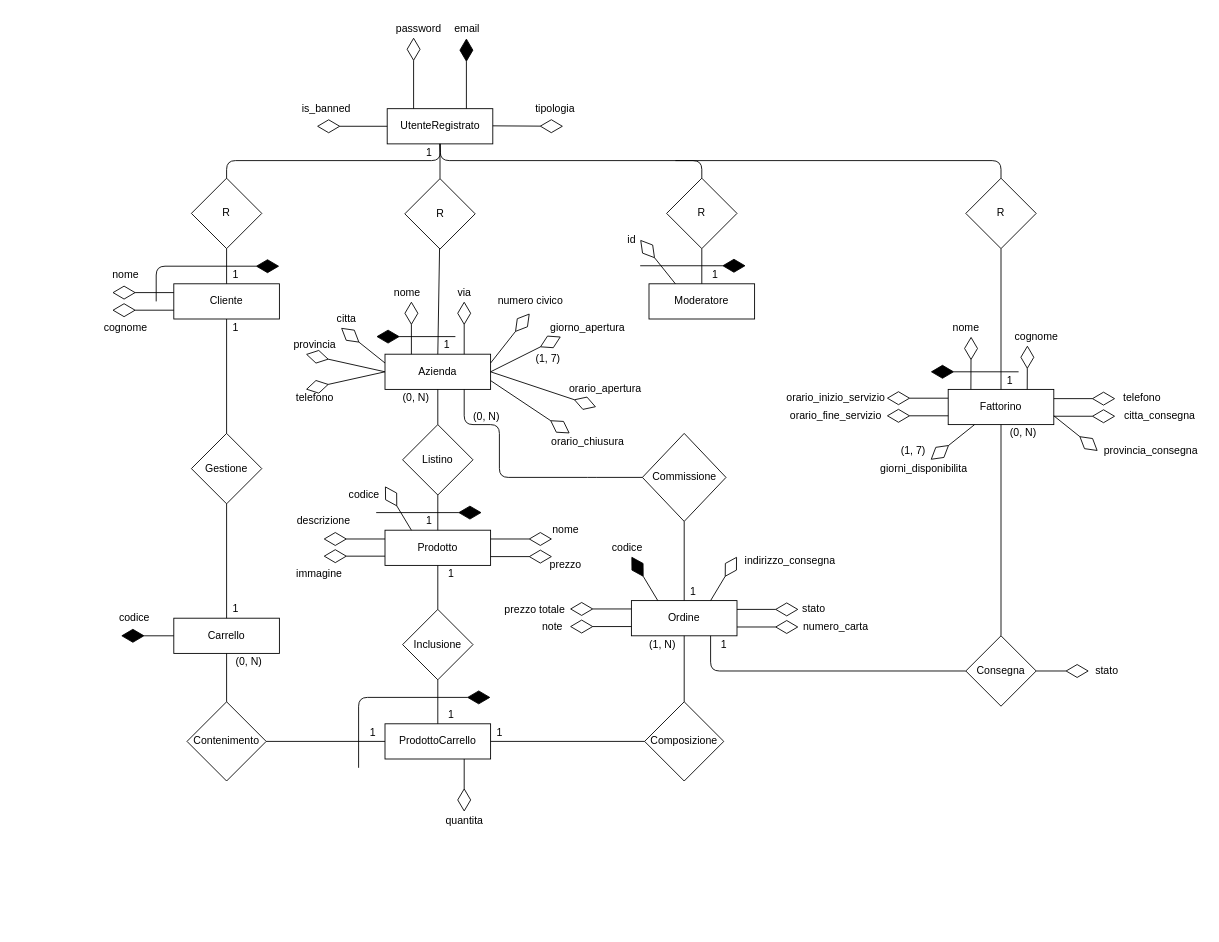
Earlier version of the draw.io diagram Documents/Sys - Drawio/diagramma ER.drawio (frekkanzer2/Eat-Reorder). Source tidied: cells renumbered, new cells numbered last; positions are measured from the earlier drawing's top-left corner, leaving out a move shared by most shapes. Both pictures are drawn from the tidied source at 88%, with x=0, y=0 at pixel (99, 19).
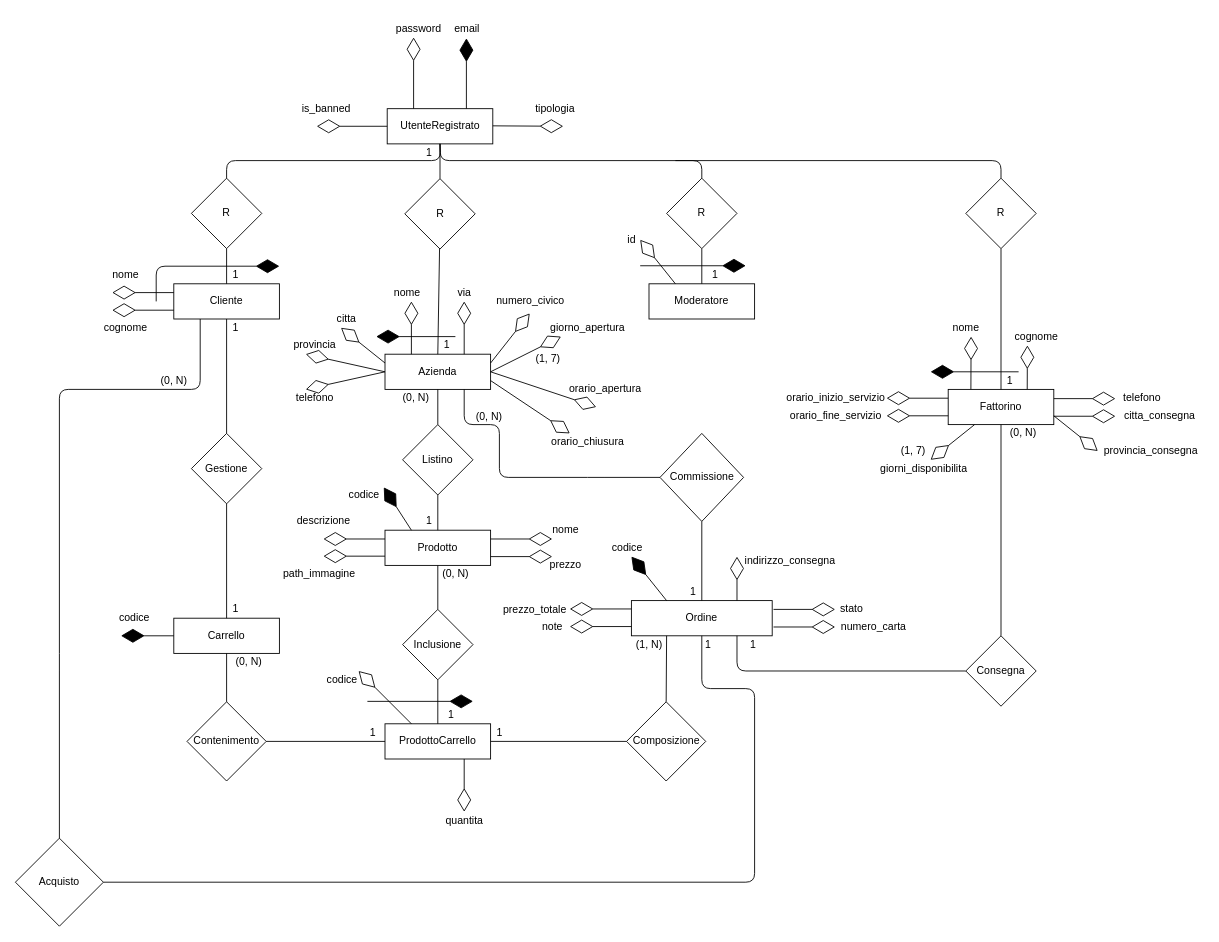
The same diagram, later.

Unchanged cells that the change refers to:
```xml
<mxCell id="3" value="Cliente" style="rounded=0;whiteSpace=wrap;html=1;" parent="1" vertex="1">
  <mxGeometry x="85" y="300" width="120" height="40" as="geometry" />
</mxCell>
<mxCell id="40" value="Prodotto" style="rounded=0;whiteSpace=wrap;html=1;" parent="1" vertex="1">
  <mxGeometry x="325" y="580" width="120" height="40" as="geometry" />
</mxCell>
<mxCell id="45" value="codice&lt;br&gt;" style="text;html=1;align=center;verticalAlign=middle;points=[];" parent="1" vertex="1">
  <mxGeometry x="276" y="530" width="50" height="20" as="geometry" />
</mxCell>
<mxCell id="58" value="ProdottoCarrello" style="rounded=0;whiteSpace=wrap;html=1;" parent="1" vertex="1">
  <mxGeometry x="325" y="800" width="120" height="40" as="geometry" />
</mxCell>
<mxCell id="84" style="endArrow=diamondThin;endFill=0;endSize=24;html=1;exitX=0;exitY=0.25;exitDx=0;exitDy=0;" parent="1" edge="1">
  <mxGeometry relative="1" as="geometry">
    <mxPoint x="605" y="669.5" as="sourcePoint" />
    <mxPoint x="535" y="669.5" as="targetPoint" />
  </mxGeometry>
</mxCell>
<mxCell id="96" value="Consegna" style="rhombus;whiteSpace=wrap;html=1;" parent="1" vertex="1">
  <mxGeometry x="985" y="700" width="80" height="80" as="geometry" />
</mxCell>
```

Diff of the diagram source:
```diff
@@
-    <mxCell id="26" value="numero civico" style="text;html=1;align=center;verticalAlign=middle;points=[];" parent="1" vertex="1">
+    <mxCell id="26" value="numero_civico" style="text;html=1;align=center;verticalAlign=middle;points=[];" parent="1" vertex="1">
       <mxGeometry x="445" y="310" width="90" height="20" as="geometry" />
     </mxCell>
@@
     <mxCell id="41" value="Ordine" style="rounded=0;whiteSpace=wrap;html=1;" parent="1" vertex="1">
-      <mxGeometry x="605" y="660" width="120" height="40" as="geometry" />
+      <mxGeometry x="605" y="660" width="160" height="40" as="geometry" />
     </mxCell>
@@
-    <mxCell id="55" value="immagine" style="text;html=1;align=center;verticalAlign=middle;" parent="1" vertex="1">
-      <mxGeometry x="215" y="620" width="70" height="20" as="geometry" />
+    <mxCell id="55" value="path_immagine" style="text;html=1;align=center;verticalAlign=middle;" parent="1" vertex="1">
+      <mxGeometry x="200" y="620" width="100" height="20" as="geometry" />
     </mxCell>
@@
-    <mxCell id="63" value="1" style="text;html=1;align=center;verticalAlign=middle;" parent="1" vertex="1">
-      <mxGeometry x="390" y="620" width="20" height="20" as="geometry" />
+    <mxCell id="63" value="(0, N)" style="text;html=1;align=center;verticalAlign=middle;" parent="1" vertex="1">
+      <mxGeometry x="380" y="620" width="50" height="20" as="geometry" />
     </mxCell>
@@
     <mxCell id="69" value="Commissione" style="rhombus;whiteSpace=wrap;html=1;" parent="1" vertex="1">
-      <mxGeometry x="617.5" y="470" width="95" height="100" as="geometry" />
+      <mxGeometry x="637.5" y="470" width="95" height="100" as="geometry" />
     </mxCell>
@@
     <mxCell id="74" value="Composizione" style="rhombus;whiteSpace=wrap;html=1;" parent="1" vertex="1">
-      <mxGeometry x="620" y="775" width="90" height="90" as="geometry" />
+      <mxGeometry x="599.5" y="775" width="90" height="90" as="geometry" />
     </mxCell>
@@
-    <mxCell id="76" style="endArrow=none;html=1;entryX=0.5;entryY=1;entryDx=0;entryDy=0;exitX=0.5;exitY=0;exitDx=0;exitDy=0;" parent="1" edge="1" source="74" target="41">
+    <mxCell id="76" style="endArrow=none;html=1;entryX=0.25;entryY=1;entryDx=0;entryDy=0;exitX=0.5;exitY=0;exitDx=0;exitDy=0;" parent="1" edge="1" source="74" target="41">
       <mxGeometry relative="1" as="geometry" />
     </mxCell>
     <mxCell id="77" value="(1, N)&lt;br&gt;" style="text;html=1;align=center;verticalAlign=middle;" parent="1" vertex="1">
-      <mxGeometry x="615" y="700" width="50" height="20" as="geometry" />
+      <mxGeometry x="600" y="700" width="50" height="20" as="geometry" />
     </mxCell>
@@
-    <mxCell id="79" style="endArrow=diamondThin;endFill=1;endSize=24;html=1;" parent="1" edge="1">
-      <mxGeometry relative="1" as="geometry">
-        <mxPoint x="315" y="560" as="sourcePoint" />
-        <mxPoint x="435" y="560" as="targetPoint" />
-      </mxGeometry>
-    </mxCell>
-    <mxCell id="80" style="endArrow=diamondThin;endFill=0;endSize=24;html=1;exitX=0.25;exitY=0;exitDx=0;exitDy=0;" parent="1" edge="1" source="40">
-      <mxGeometry relative="1" as="geometry">
-        <mxPoint x="325" y="530" as="targetPoint" />
-      </mxGeometry>
-    </mxCell>
@@
-    <mxCell id="82" style="endArrow=diamondThin;endFill=1;endSize=24;html=1;" parent="1" edge="1">
-      <mxGeometry relative="1" as="geometry">
-        <mxPoint x="295" y="850" as="sourcePoint" />
-        <mxPoint x="445" y="770" as="targetPoint" />
-        <Array as="points">
-          <mxPoint x="295" y="770" />
-        </Array>
-      </mxGeometry>
-    </mxCell>
@@
-    <mxCell id="85" value="prezzo totale" style="text;html=1;align=center;verticalAlign=middle;labelBackgroundColor=#ffffff;" parent="84" vertex="1">
+    <mxCell id="85" value="prezzo_totale" style="text;html=1;align=center;verticalAlign=middle;labelBackgroundColor=#ffffff;" parent="84" vertex="1">
       <mxGeometry x="0.66" y="2" relative="1" as="geometry">
         <mxPoint x="-52.5" y="-1.5" as="offset" />
       </mxGeometry>
     </mxCell>
@@
     <mxCell id="88" style="endArrow=diamondThin;endFill=0;endSize=24;html=1;exitX=1;exitY=0.25;exitDx=0;exitDy=0;" parent="1" edge="1">
       <mxGeometry relative="1" as="geometry">
-        <mxPoint x="725" y="670" as="sourcePoint" />
-        <mxPoint x="795" y="670" as="targetPoint" />
+        <mxPoint x="766.5" y="670" as="sourcePoint" />
+        <mxPoint x="836.5" y="670" as="targetPoint" />
       </mxGeometry>
     </mxCell>
     <mxCell id="89" value="stato&lt;br&gt;" style="text;html=1;align=center;verticalAlign=middle;" parent="1" vertex="1">
-      <mxGeometry x="791.5" y="660" width="40" height="20" as="geometry" />
+      <mxGeometry x="835" y="660" width="40" height="20" as="geometry" />
     </mxCell>
     <mxCell id="90" style="endArrow=diamondThin;endFill=0;endSize=24;html=1;exitX=1;exitY=0.25;exitDx=0;exitDy=0;" parent="1" edge="1">
       <mxGeometry relative="1" as="geometry">
-        <mxPoint x="725" y="690" as="sourcePoint" />
-        <mxPoint x="795" y="690" as="targetPoint" />
+        <mxPoint x="766.5" y="690" as="sourcePoint" />
+        <mxPoint x="836.5" y="690" as="targetPoint" />
       </mxGeometry>
     </mxCell>
     <mxCell id="91" value="numero_carta" style="text;html=1;align=center;verticalAlign=middle;" parent="1" vertex="1">
-      <mxGeometry x="791.5" y="680" width="90" height="20" as="geometry" />
+      <mxGeometry x="835" y="680" width="90" height="20" as="geometry" />
     </mxCell>
@@
     <mxCell id="97" style="endArrow=none;html=1;exitX=0.75;exitY=1;exitDx=0;exitDy=0;entryX=0;entryY=0.5;entryDx=0;entryDy=0;" parent="1" edge="1" source="41" target="96">
       <mxGeometry relative="1" as="geometry">
         <Array as="points">
-          <mxPoint x="695" y="740" />
+          <mxPoint x="725" y="740" />
         </Array>
       </mxGeometry>
     </mxCell>
@@
     <mxCell id="100" value="1&lt;br&gt;" style="text;html=1;align=center;verticalAlign=middle;" parent="1" vertex="1">
-      <mxGeometry x="700" y="700" width="20" height="20" as="geometry" />
+      <mxGeometry x="732.5" y="700" width="20" height="20" as="geometry" />
     </mxCell>
@@
-    <mxCell id="118" style="endArrow=diamondThin;endFill=0;endSize=24;html=1;exitX=1;exitY=0.5;exitDx=0;exitDy=0;" parent="1" edge="1" source="96">
-      <mxGeometry relative="1" as="geometry">
-        <mxPoint x="1125" y="740" as="targetPoint" />
-      </mxGeometry>
-    </mxCell>
-    <mxCell id="119" value="stato" style="text;html=1;align=center;verticalAlign=middle;" parent="1" vertex="1">
-      <mxGeometry x="1125" y="730" width="40" height="20" as="geometry" />
-    </mxCell>
@@
+    <mxCell id="147" style="endArrow=diamondThin;endFill=1;endSize=24;html=1;exitX=0.25;exitY=0;exitDx=0;exitDy=0;entryX=0.953;entryY=0.067;entryDx=0;entryDy=0;entryPerimeter=0;" parent="1" edge="1" source="40" target="45">
+      <mxGeometry relative="1" as="geometry" />
+    </mxCell>
+    <mxCell id="148" style="endArrow=diamondThin;endFill=0;endSize=24;html=1;exitX=0.25;exitY=0;exitDx=0;exitDy=0;" parent="1" edge="1" source="58">
+      <mxGeometry relative="1" as="geometry">
+        <mxPoint x="295" y="740" as="targetPoint" />
+      </mxGeometry>
+    </mxCell>
+    <mxCell id="149" value="codice" style="text;html=1;align=center;verticalAlign=middle;" parent="1" vertex="1">
+      <mxGeometry x="251" y="740" width="50" height="20" as="geometry" />
+    </mxCell>
+    <mxCell id="150" style="endArrow=diamondThin;endFill=1;endSize=24;html=1;" parent="1" edge="1">
+      <mxGeometry relative="1" as="geometry">
+        <mxPoint x="305" y="774.5" as="sourcePoint" />
+        <mxPoint x="425" y="774.5" as="targetPoint" />
+      </mxGeometry>
+    </mxCell>
+    <mxCell id="151" value="Acquisto" style="rhombus;whiteSpace=wrap;html=1;" parent="1" vertex="1">
+      <mxGeometry x="-95" y="930" width="100" height="100" as="geometry" />
+    </mxCell>
+    <mxCell id="152" style="endArrow=none;html=1;entryX=0.25;entryY=1;entryDx=0;entryDy=0;exitX=0.5;exitY=0;exitDx=0;exitDy=0;" parent="1" edge="1" source="151" target="3">
+      <mxGeometry relative="1" as="geometry">
+        <Array as="points">
+          <mxPoint x="-45" y="730" />
+          <mxPoint x="-45" y="420" />
+          <mxPoint x="115" y="420" />
+        </Array>
+      </mxGeometry>
+    </mxCell>
+    <mxCell id="153" value="(0, N)" style="text;html=1;align=center;verticalAlign=middle;" parent="1" vertex="1">
+      <mxGeometry x="60" y="400" width="50" height="20" as="geometry" />
+    </mxCell>
+    <mxCell id="154" style="endArrow=none;html=1;exitX=1;exitY=0.5;exitDx=0;exitDy=0;entryX=0.5;entryY=1;entryDx=0;entryDy=0;" parent="1" edge="1" source="151" target="41">
+      <mxGeometry relative="1" as="geometry">
+        <Array as="points">
+          <mxPoint x="745" y="980" />
+          <mxPoint x="745" y="760" />
+          <mxPoint x="685" y="760" />
+        </Array>
+      </mxGeometry>
+    </mxCell>
+    <mxCell id="155" value="1" style="text;html=1;align=center;verticalAlign=middle;" parent="1" vertex="1">
+      <mxGeometry x="681.5" y="700" width="20" height="20" as="geometry" />
+    </mxCell>
```
